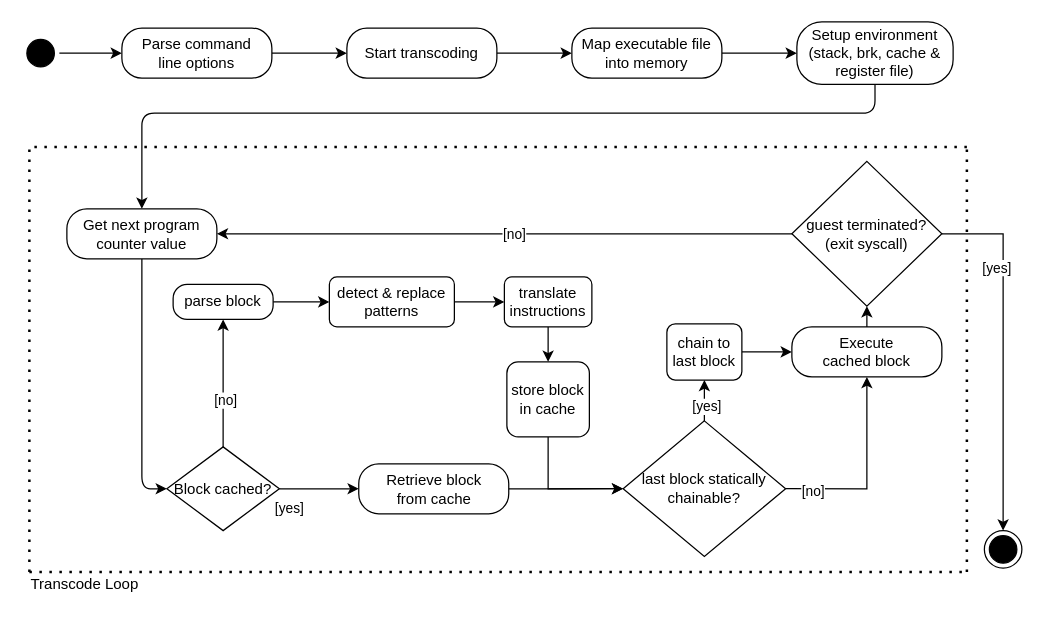
Above: documentation/paper/media/strategy.drawio in ria-jit/ria-jit (draw.io), before the change. Source tidied: cells renumbered, new cells numbered last; positions are measured from the earlier drawing's top-left corner, leaving out a move shared by most shapes. Both pictures are drawn from the tidied source at 125%, with x=0, y=0 at pixel (21, 21).
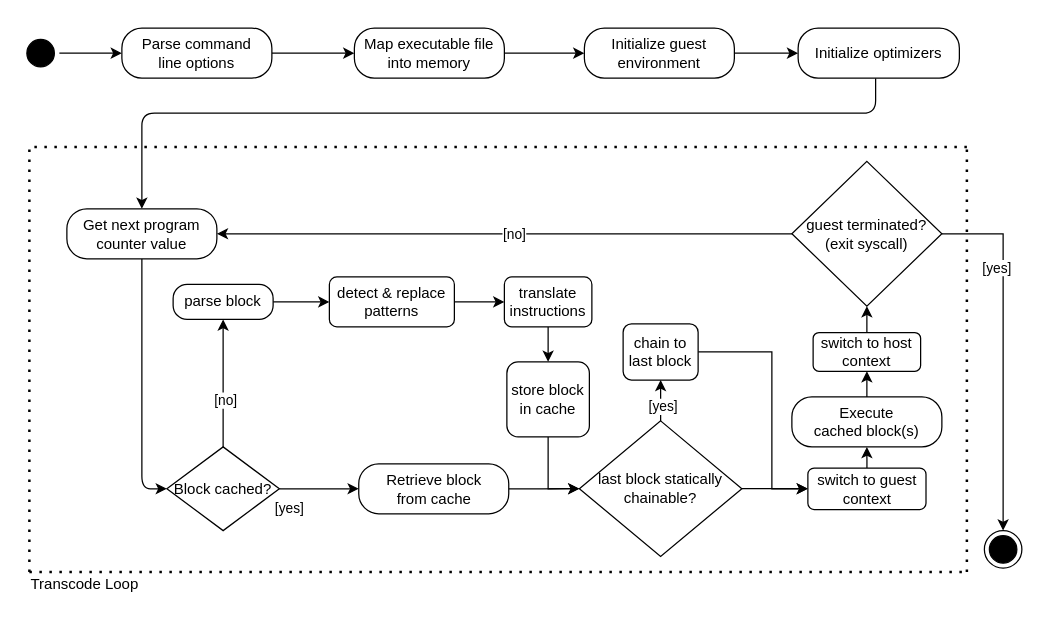
After the change.

Commit message (it also covers changes not shown here):
initialization paraghraph, adapt control flow chart

Unchanged cells that the change refers to:
```xml
<mxCell id="5" value="Parse command&lt;br&gt;line options" style="rounded=1;whiteSpace=wrap;html=1;arcSize=40;" parent="1" vertex="1">
  <mxGeometry x="80" y="5" width="120" height="40" as="geometry" />
</mxCell>
<mxCell id="41" value="&lt;div&gt;guest terminated?&lt;/div&gt;&lt;div&gt;(exit syscall)&lt;br&gt;&lt;/div&gt;" style="rhombus;whiteSpace=wrap;html=1;" parent="1" vertex="1">
  <mxGeometry x="616" y="111.6" width="120" height="115.8" as="geometry" />
</mxCell>
```

Diff of the diagram source:
```diff
@@
-    <mxCell id="4" style="edgeStyle=orthogonalEdgeStyle;rounded=1;jettySize=auto;html=1;entryX=0;entryY=0.5;entryDx=0;entryDy=0;" parent="1" edge="1" source="5" target="7">
+    <mxCell id="4" style="edgeStyle=orthogonalEdgeStyle;rounded=1;jettySize=auto;html=1;entryX=0;entryY=0.5;entryDx=0;entryDy=0;" parent="1" edge="1" source="5" target="9">
       <mxGeometry relative="1" as="geometry" />
     </mxCell>
@@
-    <mxCell id="6" style="edgeStyle=orthogonalEdgeStyle;rounded=1;jettySize=auto;html=1;entryX=0;entryY=0.5;entryDx=0;entryDy=0;" parent="1" edge="1" source="7" target="9">
-      <mxGeometry relative="1" as="geometry" />
-    </mxCell>
-    <mxCell id="7" value="Start transcoding" style="rounded=1;whiteSpace=wrap;html=1;arcSize=40;" parent="1" vertex="1">
-      <mxGeometry x="260" y="5" width="120" height="40" as="geometry" />
-    </mxCell>
-    <mxCell id="8" style="edgeStyle=orthogonalEdgeStyle;rounded=1;jettySize=auto;html=1;entryX=0;entryY=0.5;entryDx=0;entryDy=0;" parent="1" edge="1" source="9" target="11">
-      <mxGeometry relative="1" as="geometry" />
-    </mxCell>
+    <mxCell id="49" style="edgeStyle=orthogonalEdgeStyle;rounded=0;jettySize=auto;html=1;exitX=1;exitY=0.5;exitDx=0;exitDy=0;entryX=0;entryY=0.5;entryDx=0;entryDy=0;" parent="1" edge="1" source="9" target="54">
+      <mxGeometry relative="1" as="geometry" />
+    </mxCell>
     <mxCell id="9" value="Map executable file into memory" style="rounded=1;whiteSpace=wrap;html=1;arcSize=40;" parent="1" vertex="1">
-      <mxGeometry x="440" y="5" width="120" height="40" as="geometry" />
+      <mxGeometry x="266" y="5" width="120" height="40" as="geometry" />
     </mxCell>
@@
-    <mxCell id="11" value="Setup environment (stack, brk, cache &amp;amp; register file)" style="rounded=1;whiteSpace=wrap;html=1;arcSize=40;" parent="1" vertex="1">
-      <mxGeometry x="620" width="125" height="50" as="geometry" />
+    <mxCell id="11" value="Initialize optimizers" style="rounded=1;whiteSpace=wrap;html=1;arcSize=40;" parent="1" vertex="1">
+      <mxGeometry x="621" y="5" width="129" height="40" as="geometry" />
     </mxCell>
@@
-    <mxCell id="24" style="edgeStyle=orthogonalEdgeStyle;rounded=0;jettySize=auto;html=1;exitX=0.5;exitY=0;exitDx=0;exitDy=0;entryX=0.5;entryY=1;entryDx=0;entryDy=0;" parent="1" edge="1" source="25" target="41">
-      <mxGeometry relative="1" as="geometry" />
-    </mxCell>
+    <mxCell id="50" style="edgeStyle=orthogonalEdgeStyle;rounded=0;jettySize=auto;html=1;exitX=0.5;exitY=0;exitDx=0;exitDy=0;entryX=0.5;entryY=1;entryDx=0;entryDy=0;" parent="1" edge="1" source="25" target="58">
+      <mxGeometry relative="1" as="geometry" />
+    </mxCell>
-    <mxCell id="25" value="Execute&lt;br&gt;cached block" style="rounded=1;whiteSpace=wrap;html=1;arcSize=40;" parent="1" vertex="1">
-      <mxGeometry x="616" y="244" width="120" height="40" as="geometry" />
+    <mxCell id="25" value="Execute&lt;br&gt;cached block(s)" style="rounded=1;whiteSpace=wrap;html=1;arcSize=40;" parent="1" vertex="1">
+      <mxGeometry x="616" y="300" width="120" height="40" as="geometry" />
     </mxCell>
@@
-    <mxCell id="32" style="edgeStyle=orthogonalEdgeStyle;rounded=0;jettySize=auto;html=1;exitX=1;exitY=0.5;exitDx=0;exitDy=0;entryX=0.5;entryY=1;entryDx=0;entryDy=0;" parent="1" edge="1" source="36" target="25">
-      <mxGeometry relative="1" as="geometry" />
-    </mxCell>
-    <mxCell id="33" value="[no]" style="edgeLabel;html=1;align=center;verticalAlign=middle;" parent="32" vertex="1">
-      <mxGeometry x="-0.71" y="-1" relative="1" as="geometry">
-        <mxPoint y="1" as="offset" />
-      </mxGeometry>
-    </mxCell>
@@
+    <mxCell id="51" style="edgeStyle=orthogonalEdgeStyle;rounded=0;jettySize=auto;html=1;exitX=1;exitY=0.5;exitDx=0;exitDy=0;entryX=0;entryY=0.5;entryDx=0;entryDy=0;" parent="1" edge="1" source="36" target="56">
+      <mxGeometry relative="1" as="geometry" />
+    </mxCell>
     <mxCell id="36" value="last block statically chainable?" style="rhombus;whiteSpace=wrap;html=1;" parent="1" vertex="1">
-      <mxGeometry x="481" y="319.2" width="130" height="108.5" as="geometry" />
+      <mxGeometry x="446" y="319.2" width="130" height="108.5" as="geometry" />
     </mxCell>
@@
-    <mxCell id="42" style="edgeStyle=orthogonalEdgeStyle;rounded=0;jettySize=auto;html=1;exitX=1;exitY=0.5;exitDx=0;exitDy=0;entryX=0;entryY=0.5;entryDx=0;entryDy=0;" parent="1" edge="1" source="43" target="25">
-      <mxGeometry relative="1" as="geometry" />
-    </mxCell>
+    <mxCell id="52" style="edgeStyle=orthogonalEdgeStyle;rounded=0;jettySize=auto;html=1;exitX=1;exitY=0.5;exitDx=0;exitDy=0;entryX=0;entryY=0.5;entryDx=0;entryDy=0;" parent="1" edge="1" source="43" target="56">
+      <mxGeometry relative="1" as="geometry">
+        <Array as="points">
+          <mxPoint x="600" y="264" />
+          <mxPoint x="600" y="374" />
+        </Array>
+      </mxGeometry>
+    </mxCell>
     <mxCell id="43" value="chain to last block" style="rounded=1;whiteSpace=wrap;html=1;" parent="1" vertex="1">
-      <mxGeometry x="516" y="241.5" width="60" height="45" as="geometry" />
+      <mxGeometry x="481" y="241.5" width="60" height="45" as="geometry" />
     </mxCell>
@@
+    <mxCell id="53" style="edgeStyle=orthogonalEdgeStyle;rounded=0;jettySize=auto;html=1;exitX=1;exitY=0.5;exitDx=0;exitDy=0;entryX=0;entryY=0.5;entryDx=0;entryDy=0;" parent="1" edge="1" source="54" target="11">
+      <mxGeometry relative="1" as="geometry" />
+    </mxCell>
+    <mxCell id="54" value="Initialize guest environment" style="rounded=1;whiteSpace=wrap;html=1;arcSize=40;" parent="1" vertex="1">
+      <mxGeometry x="450" y="5" width="120" height="40" as="geometry" />
+    </mxCell>
+    <mxCell id="55" style="edgeStyle=orthogonalEdgeStyle;rounded=0;jettySize=auto;html=1;exitX=0.5;exitY=0;exitDx=0;exitDy=0;entryX=0.5;entryY=1;entryDx=0;entryDy=0;" parent="1" edge="1" source="56" target="25">
+      <mxGeometry relative="1" as="geometry" />
+    </mxCell>
+    <mxCell id="56" value="switch to guest context" style="rounded=1;whiteSpace=wrap;html=1;" parent="1" vertex="1">
+      <mxGeometry x="628.8" y="356.9" width="94.5" height="33.2" as="geometry" />
+    </mxCell>
+    <mxCell id="57" style="edgeStyle=orthogonalEdgeStyle;rounded=0;jettySize=auto;html=1;exitX=0.5;exitY=0;exitDx=0;exitDy=0;entryX=0.5;entryY=1;entryDx=0;entryDy=0;" parent="1" edge="1" source="58" target="41">
+      <mxGeometry relative="1" as="geometry" />
+    </mxCell>
+    <mxCell id="58" value="switch to host context" style="rounded=1;whiteSpace=wrap;html=1;" parent="1" vertex="1">
+      <mxGeometry x="633" y="248.5" width="86" height="31" as="geometry" />
+    </mxCell>
```
